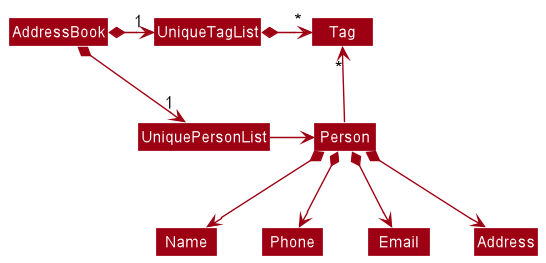
Earlier version of the PlantUML export docs/images/BetterModelClassDiagram.png (nus-cs2103-AY2223S1/tp).
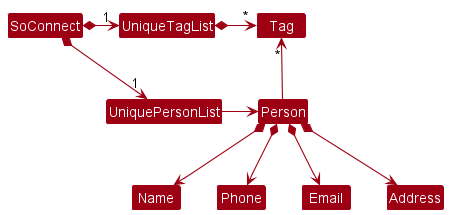
Later version of the same file.

The edit, as a diff of the source:
```diff
@@ -4,8 +4,8 @@
 skinparam arrowColor MODEL_COLOR
 skinparam classBackgroundColor MODEL_COLOR
 
-AddressBook *-right-> "1" UniquePersonList
-AddressBook *-right-> "1" UniqueTagList
+SoConnect *-right-> "1" UniquePersonList
+SoConnect *-right-> "1" UniqueTagList
 UniqueTagList -[hidden]down- UniquePersonList
 UniqueTagList -[hidden]down- UniquePersonList
 
```
